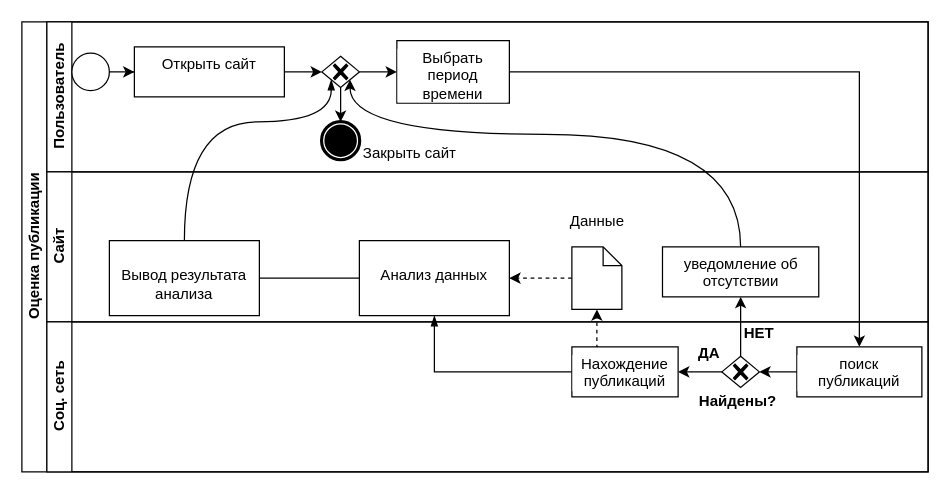
Before: bpmn.drawio in l-voff/metods_rep, a draw.io diagram. Source tidied: cells renumbered, new cells numbered last; positions are measured from the earlier drawing's top-left corner, leaving out a move shared by most shapes. Both pictures are drawn from the tidied source at 125%, with x=0, y=0 at pixel (21, 21).
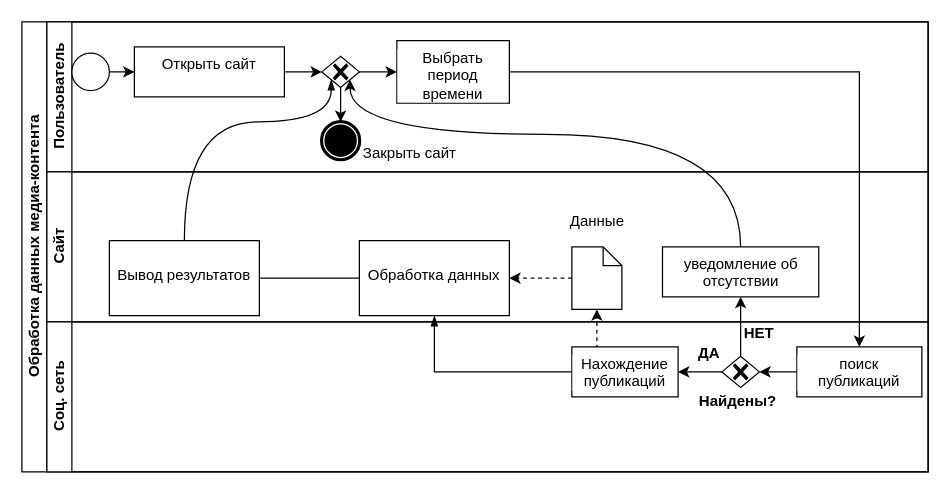
The same page after the edit.

The change refers to these unchanged cells:
```xml
<mxCell id="14" value="Сайт" style="swimlane;startSize=20;horizontal=0;html=1;" parent="2" vertex="1">
  <mxGeometry x="20" y="120" width="705" height="120" as="geometry" />
</mxCell>
```

Change to the diagram source:
```diff
@@
-    <mxCell id="2" value="Оценка публикации" style="swimlane;horizontal=0;startSize=20;html=1;" parent="1" vertex="1">
+    <mxCell id="2" value="Обработка данных медиа-контента" style="swimlane;horizontal=0;startSize=20;html=1;" parent="1" vertex="1">
       <mxGeometry width="725" height="360" as="geometry" />
     </mxCell>
@@
-    <mxCell id="19" value="&lt;br&gt;Анализ данных" style="whiteSpace=wrap;html=1;verticalAlign=top;" parent="14" vertex="1">
+    <mxCell id="19" value="&lt;br&gt;Обработка данных" style="whiteSpace=wrap;html=1;verticalAlign=top;" parent="14" vertex="1">
       <mxGeometry x="250" y="55" width="120" height="60" as="geometry" />
     </mxCell>
-    <mxCell id="20" value="&lt;br&gt;Вывод результата анализа" style="whiteSpace=wrap;html=1;verticalAlign=top;" parent="14" vertex="1">
+    <mxCell id="20" value="&lt;br&gt;Вывод результатов" style="whiteSpace=wrap;html=1;verticalAlign=top;" parent="14" vertex="1">
       <mxGeometry x="50" y="55" width="120" height="60" as="geometry" />
     </mxCell>
```
